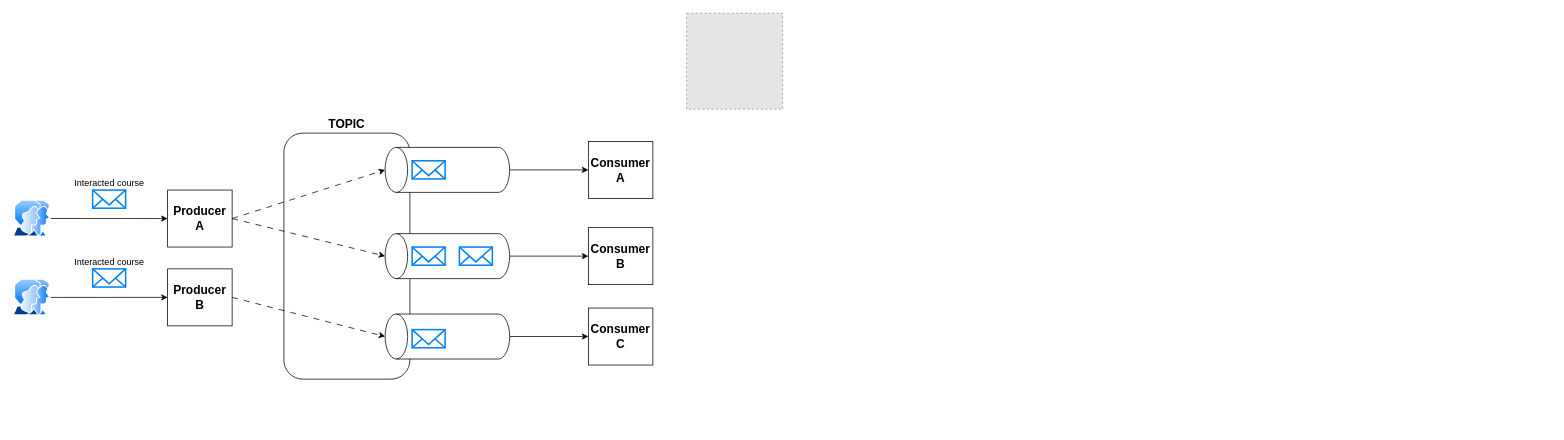
Before: page "Streaming Rec System" (1 of 2) of stream_process/SASRec.drawio in ippapi/BIG_MOOC, a draw.io diagram. Source tidied: cells renumbered, new cells numbered last; positions are measured from the earlier drawing's top-left corner, leaving out a move shared by most shapes. Both pictures are drawn from the tidied source at 75%, with x=0, y=0 at pixel (13, 13). Pictures stored in the file or linked from it are replaced by grey dashed boxes.
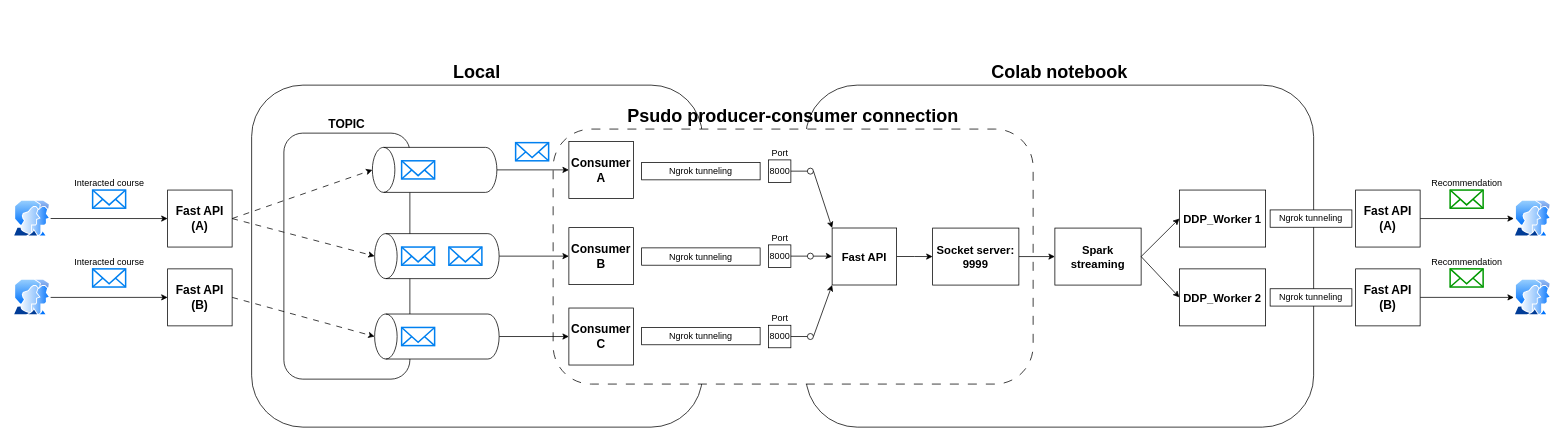
The same page after the edit.

Change to the diagram source:
```diff
@@
-    <mxCell id="2" style="fillColor=#E6E6E6;strokeColor=#999999;dashed=1;html=1;verticalAlign=top;verticalLabelPosition=bottom;labelBackgroundColor=#ffffff;" parent="1" vertex="1">
-      <mxGeometry x="898" width="128" height="128" as="geometry" />
-    </mxCell>
+    <mxCell id="28" value="&lt;b&gt;&lt;font style=&quot;font-size: 24px;&quot;&gt;Local&lt;/font&gt;&lt;/b&gt;" style="rounded=1;whiteSpace=wrap;html=1;labelPosition=center;verticalLabelPosition=top;align=center;verticalAlign=bottom;" parent="1" vertex="1">
+      <mxGeometry x="318" y="96" width="601" height="456" as="geometry" />
+    </mxCell>
+    <mxCell id="29" value="&lt;b&gt;&lt;font style=&quot;font-size: 24px;&quot;&gt;Colab notebook&lt;/font&gt;&lt;/b&gt;" style="rounded=1;whiteSpace=wrap;html=1;labelPosition=center;verticalLabelPosition=top;align=center;verticalAlign=bottom;" parent="1" vertex="1">
+      <mxGeometry x="1057" y="96" width="677" height="456" as="geometry" />
+    </mxCell>
+    <mxCell id="30" value="&lt;font style=&quot;font-size: 24px;&quot;&gt;&lt;b style=&quot;&quot;&gt;Psudo producer-consumer connection&lt;/b&gt;&lt;/font&gt;" style="rounded=1;whiteSpace=wrap;html=1;dashed=1;dashPattern=12 12;labelPosition=center;verticalLabelPosition=top;align=center;verticalAlign=bottom;" parent="1" vertex="1">
+      <mxGeometry x="720" y="154.6" width="640" height="340" as="geometry" />
+    </mxCell>
-    <mxCell id="3" value="&lt;b&gt;&lt;font style=&quot;font-size: 16px;&quot;&gt;Producer A&lt;/font&gt;&lt;/b&gt;" style="rounded=0;whiteSpace=wrap;html=1;" parent="1" vertex="1">
+    <mxCell id="3" value="&lt;b&gt;&lt;font style=&quot;font-size: 16px;&quot;&gt;Fast API (A)&lt;/font&gt;&lt;/b&gt;" style="rounded=0;whiteSpace=wrap;html=1;" parent="1" vertex="1">
       <mxGeometry x="206" y="235.9" width="86" height="76" as="geometry" />
     </mxCell>
@@
     <mxCell id="8" style="shape=cylinder3;whiteSpace=wrap;html=1;boundedLbl=1;backgroundOutline=1;size=15;rotation=-90;" parent="1" vertex="1">
-      <mxGeometry x="549" y="126" width="60" height="166" as="geometry" />
+      <mxGeometry x="532" y="126" width="60" height="166" as="geometry" />
     </mxCell>
@@
     <mxCell id="10" style="shape=cylinder3;whiteSpace=wrap;html=1;boundedLbl=1;backgroundOutline=1;size=15;rotation=-90;" parent="1" vertex="1">
-      <mxGeometry x="549" y="241" width="60" height="166" as="geometry" />
+      <mxGeometry x="535" y="241" width="60" height="166" as="geometry" />
     </mxCell>
@@
     <mxCell id="12" style="shape=cylinder3;whiteSpace=wrap;html=1;boundedLbl=1;backgroundOutline=1;size=15;rotation=-90;" parent="1" vertex="1">
-      <mxGeometry x="549" y="348.2" width="60" height="166" as="geometry" />
+      <mxGeometry x="535" y="348.2" width="60" height="166" as="geometry" />
     </mxCell>
@@
     <mxCell id="16" style="html=1;verticalLabelPosition=top;align=center;labelBackgroundColor=#ffffff;verticalAlign=bottom;strokeWidth=2;strokeColor=#0080F0;shadow=0;dashed=0;shape=mxgraph.ios7.icons.mail;labelPosition=center;" parent="1" vertex="1">
-      <mxGeometry x="532" y="196.9" width="44" height="24.2" as="geometry" />
+      <mxGeometry x="518" y="196.9" width="44" height="24.2" as="geometry" />
     </mxCell>
     <mxCell id="17" style="html=1;verticalLabelPosition=top;align=center;labelBackgroundColor=#ffffff;verticalAlign=bottom;strokeWidth=2;strokeColor=#0080F0;shadow=0;dashed=0;shape=mxgraph.ios7.icons.mail;labelPosition=center;" parent="1" vertex="1">
-      <mxGeometry x="595" y="311.9" width="44" height="24.2" as="geometry" />
+      <mxGeometry x="581" y="311.9" width="44" height="24.2" as="geometry" />
     </mxCell>
     <mxCell id="18" style="html=1;verticalLabelPosition=top;align=center;labelBackgroundColor=#ffffff;verticalAlign=bottom;strokeWidth=2;strokeColor=#0080F0;shadow=0;dashed=0;shape=mxgraph.ios7.icons.mail;labelPosition=center;" parent="1" vertex="1">
-      <mxGeometry x="532" y="311.9" width="44" height="24.2" as="geometry" />
+      <mxGeometry x="518" y="311.9" width="44" height="24.2" as="geometry" />
     </mxCell>
     <mxCell id="19" style="html=1;verticalLabelPosition=top;align=center;labelBackgroundColor=#ffffff;verticalAlign=bottom;strokeWidth=2;strokeColor=#0080F0;shadow=0;dashed=0;shape=mxgraph.ios7.icons.mail;labelPosition=center;" parent="1" vertex="1">
-      <mxGeometry x="532" y="422" width="44" height="24.2" as="geometry" />
+      <mxGeometry x="518" y="419.1" width="44" height="24.2" as="geometry" />
     </mxCell>
-    <mxCell id="20" value="&lt;b&gt;&lt;font style=&quot;font-size: 16px;&quot;&gt;Producer B&lt;/font&gt;&lt;/b&gt;" style="rounded=0;whiteSpace=wrap;html=1;" parent="1" vertex="1">
+    <mxCell id="20" value="&lt;b&gt;&lt;font style=&quot;font-size: 16px;&quot;&gt;Fast API (B)&lt;/font&gt;&lt;/b&gt;" style="rounded=0;whiteSpace=wrap;html=1;" parent="1" vertex="1">
       <mxGeometry x="206" y="341" width="86" height="76" as="geometry" />
     </mxCell>
@@
     <mxCell id="25" value="&lt;b&gt;&lt;font style=&quot;font-size: 16px;&quot;&gt;Consumer A&lt;/font&gt;&lt;/b&gt;" style="rounded=0;whiteSpace=wrap;html=1;" parent="1" vertex="1">
-      <mxGeometry x="767" y="171" width="86" height="76" as="geometry" />
+      <mxGeometry x="741" y="171" width="86" height="76" as="geometry" />
     </mxCell>
     <mxCell id="26" value="&lt;b&gt;&lt;font style=&quot;font-size: 16px;&quot;&gt;Consumer B&lt;/font&gt;&lt;/b&gt;" style="rounded=0;whiteSpace=wrap;html=1;" parent="1" vertex="1">
-      <mxGeometry x="767" y="286" width="86" height="76" as="geometry" />
+      <mxGeometry x="741" y="286" width="86" height="76" as="geometry" />
     </mxCell>
     <mxCell id="27" value="&lt;b&gt;&lt;font style=&quot;font-size: 16px;&quot;&gt;Consumer C&lt;/font&gt;&lt;/b&gt;" style="rounded=0;whiteSpace=wrap;html=1;" parent="1" vertex="1">
-      <mxGeometry x="767" y="393.2" width="86" height="76" as="geometry" />
+      <mxGeometry x="741" y="393.2" width="86" height="76" as="geometry" />
     </mxCell>
+    <mxCell id="31" style="html=1;verticalLabelPosition=top;align=center;labelBackgroundColor=#ffffff;verticalAlign=bottom;strokeWidth=2;strokeColor=#0080F0;shadow=0;dashed=0;shape=mxgraph.ios7.icons.mail;labelPosition=center;" parent="1" vertex="1">
+      <mxGeometry x="670" y="172.7" width="44" height="24.2" as="geometry" />
+    </mxCell>
+    <mxCell id="32" style="edgeStyle=orthogonalEdgeStyle;rounded=0;jettySize=auto;html=1;entryX=0;entryY=0.5;entryDx=0;entryDy=0;" parent="1" edge="1" source="33" target="53">
+      <mxGeometry relative="1" as="geometry" />
+    </mxCell>
+    <mxCell id="33" value="&lt;b&gt;&lt;font style=&quot;font-size: 15px;&quot;&gt;Fast API&lt;/font&gt;&lt;/b&gt;" style="rounded=0;whiteSpace=wrap;html=1;" parent="1" vertex="1">
+      <mxGeometry x="1092" y="286.5" width="86" height="76" as="geometry" />
+    </mxCell>
+    <mxCell id="34" value="Ngrok tunneling" style="rounded=0;whiteSpace=wrap;html=1;" parent="1" vertex="1">
+      <mxGeometry x="838" y="199.2" width="158" height="23.1" as="geometry" />
+    </mxCell>
+    <mxCell id="35" value="Port" style="html=1;rounded=0;labelPosition=center;verticalLabelPosition=top;align=center;verticalAlign=bottom;" parent="1" vertex="1">
+      <mxGeometry x="1007" y="195.7" width="30" height="30" as="geometry" />
+    </mxCell>
+    <mxCell id="36" style="endArrow=none;html=1;rounded=0;align=center;verticalAlign=top;endFill=0;labelBackgroundColor=none;endSize=2;" parent="1" edge="1" source="35" target="37">
+      <mxGeometry relative="1" as="geometry" />
+    </mxCell>
+    <mxCell id="37" style="ellipse;html=1;fontSize=11;align=center;fillColor=none;points=[];verticalAlign=bottom;labelPosition=center;verticalLabelPosition=top;flipH=1;" parent="1" vertex="1">
+      <mxGeometry x="1059" y="206.7" width="8" height="8" as="geometry" />
+    </mxCell>
+    <mxCell id="38" value="8000" style="text;html=1;align=center;verticalAlign=middle;strokeColor=none;fillColor=none;" parent="1" vertex="1">
+      <mxGeometry x="999.5" y="197.7" width="45" height="26" as="geometry" />
+    </mxCell>
+    <mxCell id="39" value="Ngrok tunneling" style="rounded=0;whiteSpace=wrap;html=1;" parent="1" vertex="1">
+      <mxGeometry x="838" y="313" width="158" height="23.1" as="geometry" />
+    </mxCell>
+    <mxCell id="40" value="Ngrok tunneling" style="rounded=0;whiteSpace=wrap;html=1;" parent="1" vertex="1">
+      <mxGeometry x="838" y="419.1" width="158" height="23.1" as="geometry" />
+    </mxCell>
+    <mxCell id="41" value="Port" style="html=1;rounded=0;labelPosition=center;verticalLabelPosition=top;align=center;verticalAlign=bottom;" parent="1" vertex="1">
+      <mxGeometry x="1007" y="309" width="30" height="30" as="geometry" />
+    </mxCell>
+    <mxCell id="42" style="endArrow=none;html=1;rounded=0;align=center;verticalAlign=top;endFill=0;labelBackgroundColor=none;endSize=2;" parent="1" edge="1" source="41" target="44">
+      <mxGeometry relative="1" as="geometry" />
+    </mxCell>
+    <mxCell id="43" style="edgeStyle=orthogonalEdgeStyle;rounded=0;jettySize=auto;html=1;entryX=0;entryY=0.5;entryDx=0;entryDy=0;" parent="1" edge="1" source="44" target="33">
+      <mxGeometry relative="1" as="geometry" />
+    </mxCell>
+    <mxCell id="44" style="ellipse;html=1;fontSize=11;align=center;fillColor=none;points=[];verticalAlign=bottom;labelPosition=center;verticalLabelPosition=top;flipH=1;" parent="1" vertex="1">
+      <mxGeometry x="1059" y="320" width="8" height="8" as="geometry" />
+    </mxCell>
+    <mxCell id="45" value="8000" style="text;html=1;align=center;verticalAlign=middle;strokeColor=none;fillColor=none;" parent="1" vertex="1">
+      <mxGeometry x="999.5" y="311" width="45" height="26" as="geometry" />
+    </mxCell>
+    <mxCell id="46" value="Port" style="html=1;rounded=0;labelPosition=center;verticalLabelPosition=top;align=center;verticalAlign=bottom;" parent="1" vertex="1">
+      <mxGeometry x="1007" y="416.2" width="30" height="30" as="geometry" />
+    </mxCell>
+    <mxCell id="47" style="endArrow=none;html=1;rounded=0;align=center;verticalAlign=top;endFill=0;labelBackgroundColor=none;endSize=2;" parent="1" edge="1" source="46" target="48">
+      <mxGeometry relative="1" as="geometry" />
+    </mxCell>
+    <mxCell id="48" style="ellipse;html=1;fontSize=11;align=center;fillColor=none;points=[];verticalAlign=bottom;labelPosition=center;verticalLabelPosition=top;flipH=1;" parent="1" vertex="1">
+      <mxGeometry x="1059" y="427.2" width="8" height="8" as="geometry" />
+    </mxCell>
+    <mxCell id="49" value="8000" style="text;html=1;align=center;verticalAlign=middle;strokeColor=none;fillColor=none;" parent="1" vertex="1">
+      <mxGeometry x="999.5" y="418.2" width="45" height="26" as="geometry" />
+    </mxCell>
+    <mxCell id="50" style="endArrow=classic;html=1;rounded=0;entryX=0;entryY=0;entryDx=0;entryDy=0;exitX=-0.014;exitY=0.496;exitDx=0;exitDy=0;exitPerimeter=0;" parent="1" edge="1" source="37" target="33">
+      <mxGeometry relative="1" as="geometry" />
+    </mxCell>
+    <mxCell id="51" style="endArrow=classic;html=1;rounded=0;entryX=0;entryY=1;entryDx=0;entryDy=0;exitX=-0.013;exitY=0.509;exitDx=0;exitDy=0;exitPerimeter=0;" parent="1" edge="1" source="48" target="33">
+      <mxGeometry relative="1" as="geometry" />
+    </mxCell>
+    <mxCell id="52" style="edgeStyle=orthogonalEdgeStyle;rounded=0;jettySize=auto;html=1;entryX=0;entryY=0.5;entryDx=0;entryDy=0;" parent="1" edge="1" source="53" target="54">
+      <mxGeometry relative="1" as="geometry" />
+    </mxCell>
+    <mxCell id="53" value="&lt;b&gt;&lt;font style=&quot;font-size: 15px;&quot;&gt;Socket server: 9999&lt;/font&gt;&lt;/b&gt;" style="rounded=0;whiteSpace=wrap;html=1;" parent="1" vertex="1">
+      <mxGeometry x="1226" y="286.6" width="115" height="76" as="geometry" />
+    </mxCell>
+    <mxCell id="54" value="&lt;b&gt;&lt;font style=&quot;font-size: 15px;&quot;&gt;Spark streaming&lt;/font&gt;&lt;/b&gt;" style="rounded=0;whiteSpace=wrap;html=1;" parent="1" vertex="1">
+      <mxGeometry x="1389" y="286.6" width="115" height="76" as="geometry" />
+    </mxCell>
+    <mxCell id="55" value="&lt;span style=&quot;font-size: 15px;&quot;&gt;&lt;b&gt;DDP_Worker 1&lt;/b&gt;&lt;/span&gt;" style="rounded=0;whiteSpace=wrap;html=1;" parent="1" vertex="1">
+      <mxGeometry x="1555" y="235.9" width="115" height="76" as="geometry" />
+    </mxCell>
+    <mxCell id="56" value="&lt;span style=&quot;font-size: 15px;&quot;&gt;&lt;b&gt;DDP_Worker 2&lt;/b&gt;&lt;/span&gt;" style="rounded=0;whiteSpace=wrap;html=1;" parent="1" vertex="1">
+      <mxGeometry x="1555" y="341" width="115" height="76" as="geometry" />
+    </mxCell>
+    <mxCell id="57" style="endArrow=classic;html=1;rounded=0;exitX=1;exitY=0.5;exitDx=0;exitDy=0;entryX=0;entryY=0.5;entryDx=0;entryDy=0;" parent="1" edge="1" source="54" target="55">
+      <mxGeometry relative="1" as="geometry" />
+    </mxCell>
+    <mxCell id="58" style="endArrow=classic;html=1;rounded=0;exitX=1;exitY=0.5;exitDx=0;exitDy=0;entryX=0;entryY=0.5;entryDx=0;entryDy=0;" parent="1" edge="1" source="54" target="56">
+      <mxGeometry relative="1" as="geometry" />
+    </mxCell>
+    <mxCell id="59" style="image;perimeter=ellipsePerimeter;html=1;align=center;shadow=0;dashed=0;spacingTop=3;image=img/lib/active_directory/user_accounts.svg;" parent="1" vertex="1">
+      <mxGeometry x="2001" y="249.6" width="50" height="48.5" as="geometry" />
+    </mxCell>
+    <mxCell id="60" style="image;perimeter=ellipsePerimeter;html=1;align=center;shadow=0;dashed=0;spacingTop=3;image=img/lib/active_directory/user_accounts.svg;" parent="1" vertex="1">
+      <mxGeometry x="2001" y="354.8" width="50" height="48.5" as="geometry" />
+    </mxCell>
+    <mxCell id="61" value="Ngrok tunneling" style="rounded=0;whiteSpace=wrap;html=1;" parent="1" vertex="1">
+      <mxGeometry x="1676" y="262.4" width="109" height="23.1" as="geometry" />
+    </mxCell>
+    <mxCell id="62" value="Ngrok tunneling" style="rounded=0;whiteSpace=wrap;html=1;" parent="1" vertex="1">
+      <mxGeometry x="1676" y="367.5" width="109" height="23.1" as="geometry" />
+    </mxCell>
+    <mxCell id="63" style="edgeStyle=orthogonalEdgeStyle;rounded=0;jettySize=auto;html=1;exitX=1;exitY=0.5;exitDx=0;exitDy=0;" parent="1" edge="1" source="64" target="59">
+      <mxGeometry relative="1" as="geometry" />
+    </mxCell>
+    <mxCell id="64" value="&lt;b&gt;&lt;font style=&quot;font-size: 16px;&quot;&gt;Fast API (A)&lt;/font&gt;&lt;/b&gt;" style="rounded=0;whiteSpace=wrap;html=1;" parent="1" vertex="1">
+      <mxGeometry x="1790" y="235.9" width="86" height="76" as="geometry" />
+    </mxCell>
+    <mxCell id="65" style="edgeStyle=orthogonalEdgeStyle;rounded=0;jettySize=auto;html=1;entryX=0;entryY=0.5;entryDx=0;entryDy=0;" parent="1" edge="1" source="66" target="60">
+      <mxGeometry relative="1" as="geometry" />
+    </mxCell>
+    <mxCell id="66" value="&lt;b&gt;&lt;font style=&quot;font-size: 16px;&quot;&gt;Fast API (B)&lt;/font&gt;&lt;/b&gt;" style="rounded=0;whiteSpace=wrap;html=1;" parent="1" vertex="1">
+      <mxGeometry x="1790" y="341" width="86" height="76" as="geometry" />
+    </mxCell>
+    <mxCell id="67" value="Recommendation" style="html=1;verticalLabelPosition=top;align=center;labelBackgroundColor=#ffffff;verticalAlign=bottom;strokeWidth=2;strokeColor=#009900;shadow=0;dashed=0;shape=mxgraph.ios7.icons.mail;labelPosition=center;" parent="1" vertex="1">
+      <mxGeometry x="1916" y="235.9" width="44" height="24.2" as="geometry" />
+    </mxCell>
+    <mxCell id="68" value="Recommendation" style="html=1;verticalLabelPosition=top;align=center;labelBackgroundColor=#ffffff;verticalAlign=bottom;strokeWidth=2;strokeColor=#009900;shadow=0;dashed=0;shape=mxgraph.ios7.icons.mail;labelPosition=center;" parent="1" vertex="1">
+      <mxGeometry x="1916" y="341" width="44" height="24.2" as="geometry" />
+    </mxCell>
```
